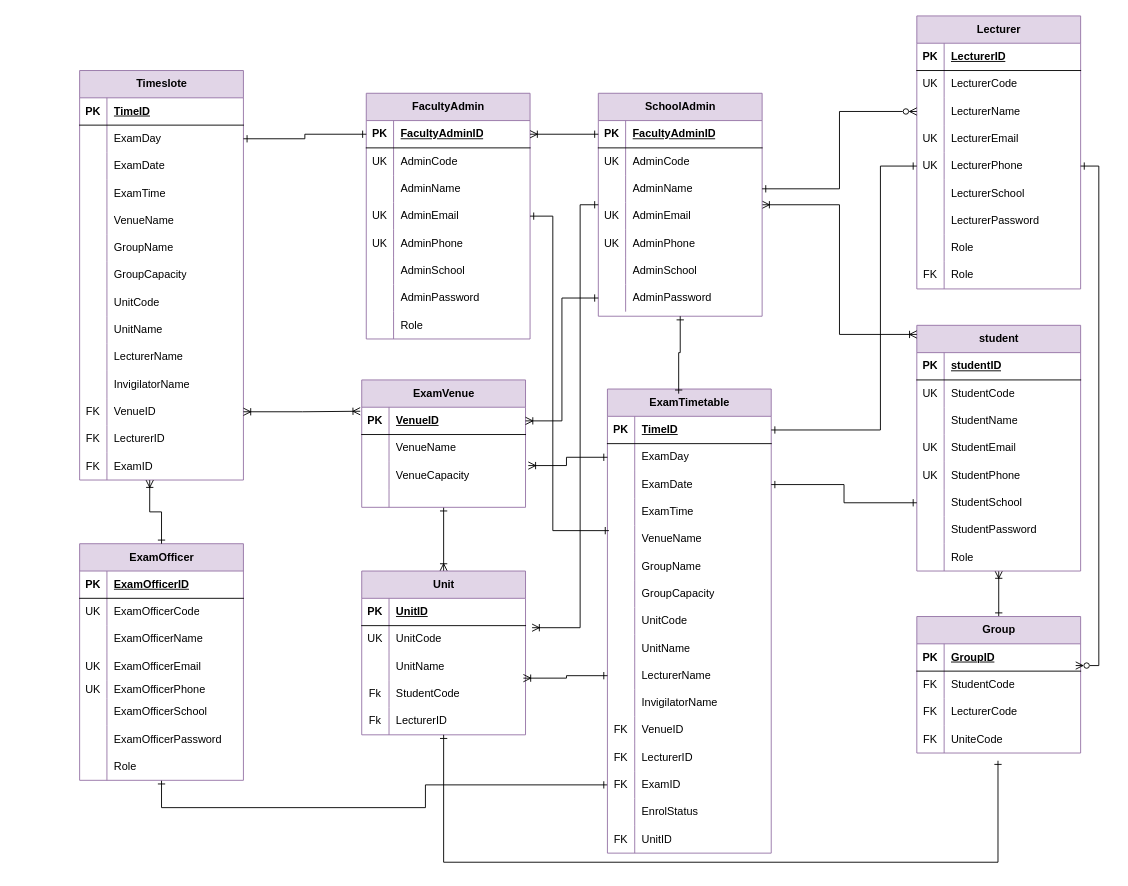
The draw.io diagram page "ERD" (5 of 5) of diagrams/all diagrams.drawio in Kathembotsong/Strath_Exam_Schedule, before the edit. Source tidied: cells renumbered, new cells numbered last; positions are measured from the earlier drawing's top-left corner, leaving out a move shared by most shapes. Both pictures are drawn from the tidied source at 91%, with x=0, y=0 at pixel (15, 15).
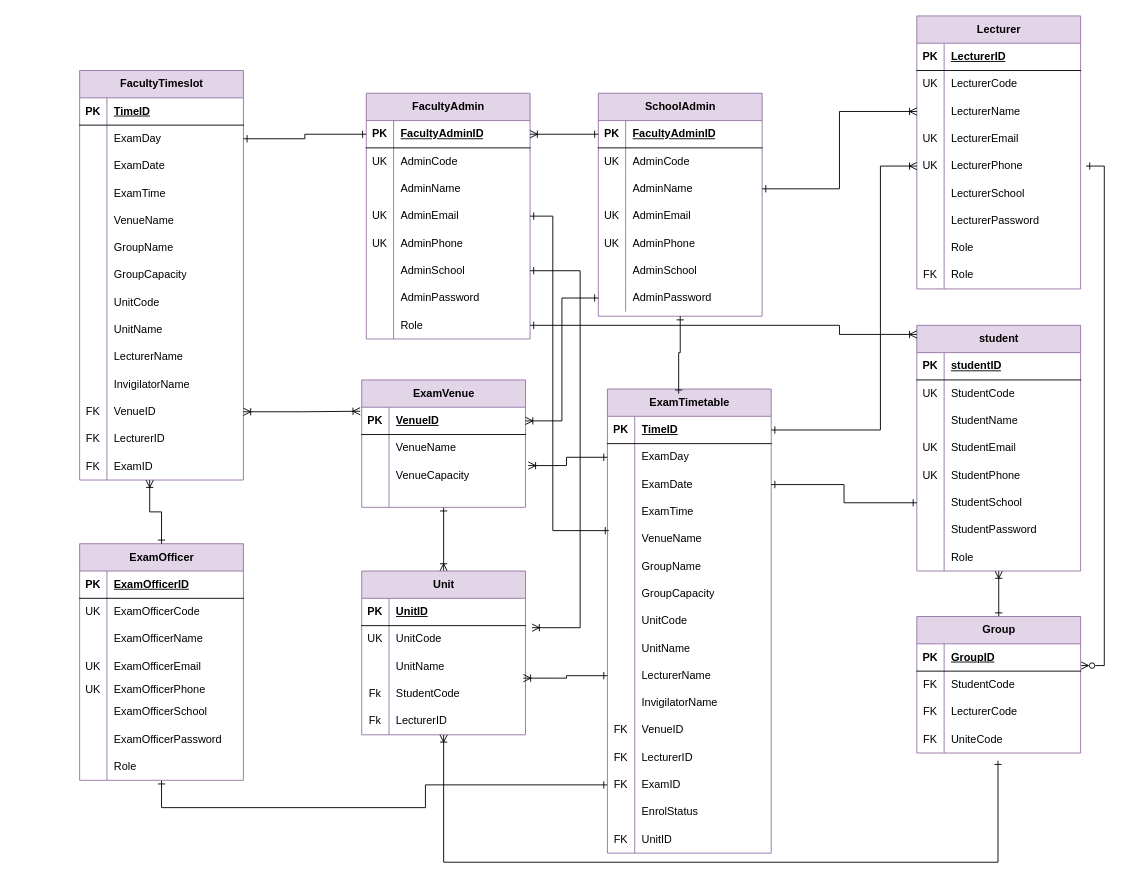
The same diagram, later.

Unchanged cells that the change refers to:
```xml
<mxCell id="39" style="shape=tableRow;horizontal=0;startSize=0;swimlaneHead=0;swimlaneBody=0;fillColor=none;points=[[0,0.5],[1,0.5]];portConstraint=eastwest;top=0;left=0;right=0;bottom=0;" parent="32" vertex="1">
  <mxGeometry y="90" width="180" height="30" as="geometry" />
</mxCell>
<mxCell id="45" style="shape=tableRow;horizontal=0;startSize=0;swimlaneHead=0;swimlaneBody=0;fillColor=none;points=[[0,0.5],[1,0.5]];portConstraint=eastwest;top=0;left=0;right=0;bottom=0;" parent="32" vertex="1">
  <mxGeometry y="150" width="180" height="30" as="geometry" />
</mxCell>
<mxCell id="76" style="shape=tableRow;horizontal=0;startSize=0;swimlaneHead=0;swimlaneBody=0;fillColor=none;points=[[0,0.5],[1,0.5]];portConstraint=eastwest;top=0;left=0;right=0;bottom=0;" parent="60" vertex="1">
  <mxGeometry y="180" width="180" height="30" as="geometry" />
</mxCell>
<mxCell id="82" style="shape=tableRow;horizontal=0;startSize=0;swimlaneHead=0;swimlaneBody=0;fillColor=none;points=[[0,0.5],[1,0.5]];portConstraint=eastwest;top=0;left=0;right=0;bottom=0;" parent="60" vertex="1">
  <mxGeometry y="240" width="180" height="30" as="geometry" />
</mxCell>
<mxCell id="86" value="student" style="shape=table;startSize=30;childLayout=tableLayout;rowLines=0;fontStyle=1;align=center;html=1;fillColor=#e1d5e7;strokeColor=#9673a6;" parent="1" vertex="1">
  <mxGeometry x="990" y="340" width="180" height="270" as="geometry" />
</mxCell>
<mxCell id="125" value="Unit" style="shape=table;startSize=30;childLayout=tableLayout;rowLines=0;fontStyle=1;align=center;html=1;fillColor=#e1d5e7;strokeColor=#9673a6;" parent="1" vertex="1">
  <mxGeometry x="380" y="610" width="180" height="180" as="geometry" />
</mxCell>
<mxCell id="129" style="shape=tableRow;horizontal=0;startSize=0;swimlaneHead=0;swimlaneBody=0;fillColor=none;points=[[0,0.5],[1,0.5]];portConstraint=eastwest;top=0;left=0;right=0;bottom=0;" parent="125" vertex="1">
  <mxGeometry y="60" width="180" height="30" as="geometry" />
</mxCell>
<mxCell id="185" value="SchoolAdmin" style="shape=table;startSize=30;childLayout=tableLayout;rowLines=0;fontStyle=1;align=center;html=1;fillColor=#e1d5e7;strokeColor=#9673a6;" parent="1" vertex="1">
  <mxGeometry x="640" y="85" width="180" height="245" as="geometry" />
</mxCell>
<mxCell id="192" style="shape=tableRow;horizontal=0;startSize=0;swimlaneHead=0;swimlaneBody=0;fillColor=none;points=[[0,0.5],[1,0.5]];portConstraint=eastwest;top=0;left=0;right=0;bottom=0;" parent="185" vertex="1">
  <mxGeometry y="90" width="180" height="30" as="geometry" />
</mxCell>
<mxCell id="208" style="shape=tableRow;horizontal=0;startSize=0;swimlaneHead=0;swimlaneBody=0;fillColor=none;points=[[0,0.5],[1,0.5]];portConstraint=eastwest;top=0;left=0;right=0;bottom=1;" parent="207" vertex="1">
  <mxGeometry y="30" width="180" height="30" as="geometry" />
</mxCell>
<mxCell id="274" style="shape=tableRow;horizontal=0;startSize=0;swimlaneHead=0;swimlaneBody=0;fillColor=none;points=[[0,0.5],[1,0.5]];portConstraint=eastwest;top=0;left=0;right=0;bottom=0;" parent="270" vertex="1">
  <mxGeometry y="60" width="180" height="30" as="geometry" />
</mxCell>
```

Change to the diagram source:
```diff
@@
-    <mxCell id="141" value="Timeslote" style="shape=table;startSize=30;childLayout=tableLayout;rowLines=0;fontStyle=1;align=center;html=1;fillColor=#e1d5e7;strokeColor=#9673a6;" parent="1" vertex="1">
+    <mxCell id="141" value="FacultyTimeslot" style="shape=table;startSize=30;childLayout=tableLayout;rowLines=0;fontStyle=1;align=center;html=1;fillColor=#e1d5e7;strokeColor=#9673a6;" parent="1" vertex="1">
       <mxGeometry x="70" y="60" width="180" height="450" as="geometry" />
     </mxCell>
@@
-    <mxCell id="184" style="edgeStyle=orthogonalEdgeStyle;rounded=0;jettySize=auto;html=1;endArrow=ERoneToMany;endFill=0;startArrow=ERoneToMany;startFill=0;" parent="1" edge="1" source="185" target="86">
+    <mxCell id="184" style="edgeStyle=orthogonalEdgeStyle;rounded=0;jettySize=auto;html=1;endArrow=ERoneToMany;endFill=0;startArrow=ERone;startFill=0;exitX=1;exitY=0.5;exitDx=0;exitDy=0;" parent="1" edge="1" source="82" target="86">
       <mxGeometry relative="1" as="geometry">
         <Array as="points">
-          <mxPoint x="905" y="207" />
+          <mxPoint x="905" y="340" />
           <mxPoint x="905" y="350" />
         </Array>
       </mxGeometry>
     </mxCell>
@@
-    <mxCell id="257" style="edgeStyle=orthogonalEdgeStyle;rounded=0;jettySize=auto;html=1;entryX=0;entryY=0.5;entryDx=0;entryDy=0;endArrow=ERzeroToMany;endFill=0;startArrow=ERone;startFill=0;" parent="1" edge="1" source="192" target="39">
+    <mxCell id="257" style="edgeStyle=orthogonalEdgeStyle;rounded=0;jettySize=auto;html=1;entryX=0;entryY=0.5;entryDx=0;entryDy=0;endArrow=ERoneToMany;endFill=0;startArrow=ERone;startFill=0;" parent="1" edge="1" source="192" target="39">
       <mxGeometry relative="1" as="geometry" />
     </mxCell>
@@
-    <mxCell id="259" style="edgeStyle=orthogonalEdgeStyle;rounded=0;jettySize=auto;html=1;entryX=1.04;entryY=0.076;entryDx=0;entryDy=0;entryPerimeter=0;endArrow=ERoneToMany;endFill=0;startArrow=ERone;startFill=0;" parent="1" edge="1" source="185" target="129">
+    <mxCell id="259" style="edgeStyle=orthogonalEdgeStyle;rounded=0;jettySize=auto;html=1;entryX=1.04;entryY=0.076;entryDx=0;entryDy=0;entryPerimeter=0;endArrow=ERoneToMany;endFill=0;startArrow=ERone;startFill=0;exitX=1;exitY=0.5;exitDx=0;exitDy=0;" parent="1" edge="1" source="76" target="129">
       <mxGeometry relative="1" as="geometry">
         <Array as="points">
-          <mxPoint x="620" y="207" />
+          <mxPoint x="620" y="280" />
           <mxPoint x="620" y="672" />
         </Array>
       </mxGeometry>
     </mxCell>
@@
-    <mxCell id="264" style="edgeStyle=orthogonalEdgeStyle;rounded=0;jettySize=auto;html=1;entryX=1;entryY=0.5;entryDx=0;entryDy=0;endArrow=ERone;endFill=0;startArrow=ERone;startFill=0;" parent="1" edge="1" source="45" target="208">
+    <mxCell id="264" style="edgeStyle=orthogonalEdgeStyle;rounded=0;jettySize=auto;html=1;entryX=1;entryY=0.5;entryDx=0;entryDy=0;endArrow=ERone;endFill=0;startArrow=ERoneToMany;startFill=0;" parent="1" edge="1" source="45" target="208">
       <mxGeometry relative="1" as="geometry">
         <Array as="points">
           <mxPoint x="950" y="165" />
           <mxPoint x="950" y="455" />
         </Array>
       </mxGeometry>
     </mxCell>
@@
-    <mxCell id="269" style="edgeStyle=orthogonalEdgeStyle;rounded=0;jettySize=auto;html=1;entryX=0.44;entryY=1.018;entryDx=0;entryDy=0;entryPerimeter=0;endArrow=ERone;endFill=0;startArrow=ERone;startFill=0;" parent="1" edge="1" source="125">
+    <mxCell id="269" style="edgeStyle=orthogonalEdgeStyle;rounded=0;jettySize=auto;html=1;entryX=0.44;entryY=1.018;entryDx=0;entryDy=0;entryPerimeter=0;endArrow=ERone;endFill=0;startArrow=ERoneToMany;startFill=0;" parent="1" edge="1" source="125">
       <mxGeometry relative="1" as="geometry">
         <mxPoint x="1079.2" y="818.5" as="targetPoint" />
         <Array as="points">
           <mxPoint x="470" y="930" />
           <mxPoint x="1079" y="930" />
         </Array>
       </mxGeometry>
     </mxCell>
@@
-    <mxCell id="283" style="edgeStyle=orthogonalEdgeStyle;rounded=0;jettySize=auto;html=1;entryX=0.97;entryY=-0.204;entryDx=0;entryDy=0;entryPerimeter=0;endArrow=ERzeroToMany;endFill=0;startArrow=ERone;startFill=0;" parent="1" edge="1" source="45" target="274">
+    <mxCell id="283" style="edgeStyle=orthogonalEdgeStyle;rounded=0;orthogonalLoop=1;jettySize=auto;html=1;entryX=0.97;entryY=-0.204;entryDx=0;entryDy=0;entryPerimeter=0;endArrow=ERzeroToMany;endFill=0;startArrow=ERone;startFill=0;" parent="1" edge="1">
       <mxGeometry relative="1" as="geometry">
+        <mxPoint x="1176" y="165" as="sourcePoint" />
+        <mxPoint x="1170.6" y="713.9" as="targetPoint" />
         <Array as="points">
-          <mxPoint x="1190" y="165" />
-          <mxPoint x="1190" y="714" />
+          <mxPoint x="1196" y="165" />
+          <mxPoint x="1196" y="714" />
         </Array>
       </mxGeometry>
     </mxCell>
```
